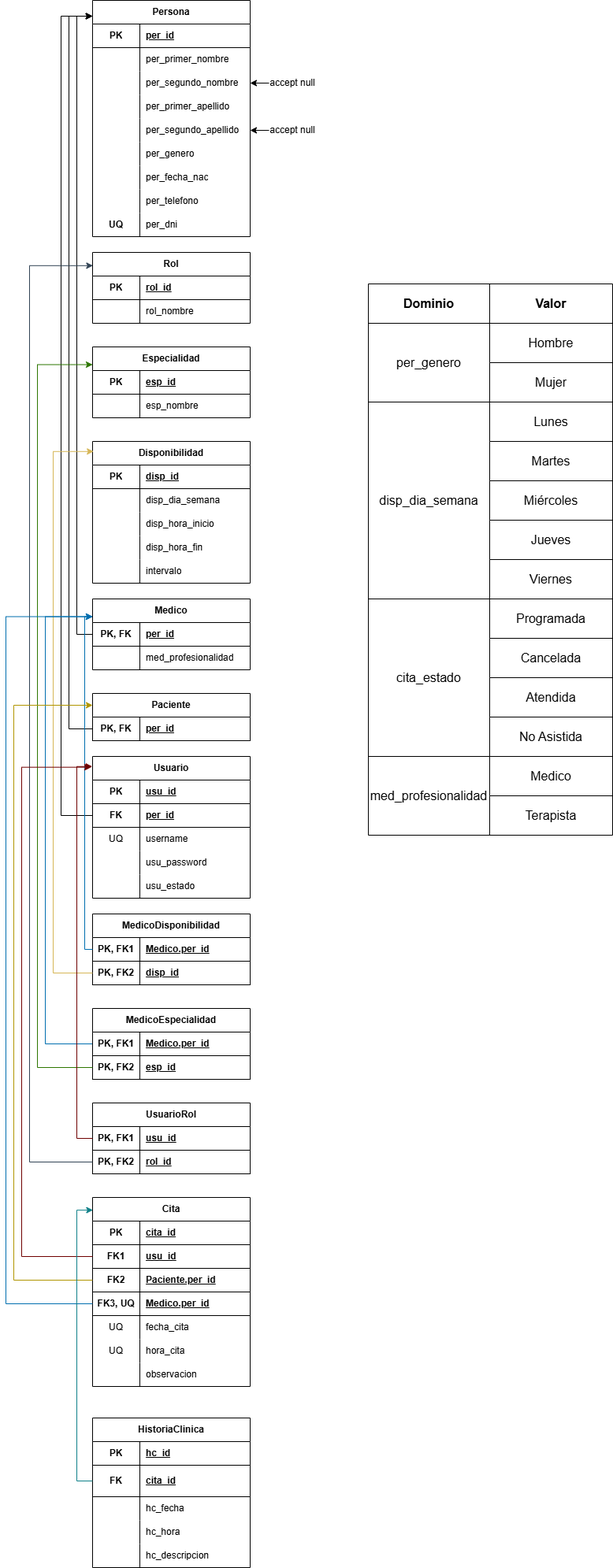
Earlier version of the draw.io export ModeladoBD/ModeloRelacional-Piedrazul.png (rhony-martinez/piedra-azul). Source tidied: cells renumbered, new cells last; positions are measured from the earlier drawing's top-left corner, leaving out a move shared by most shapes.
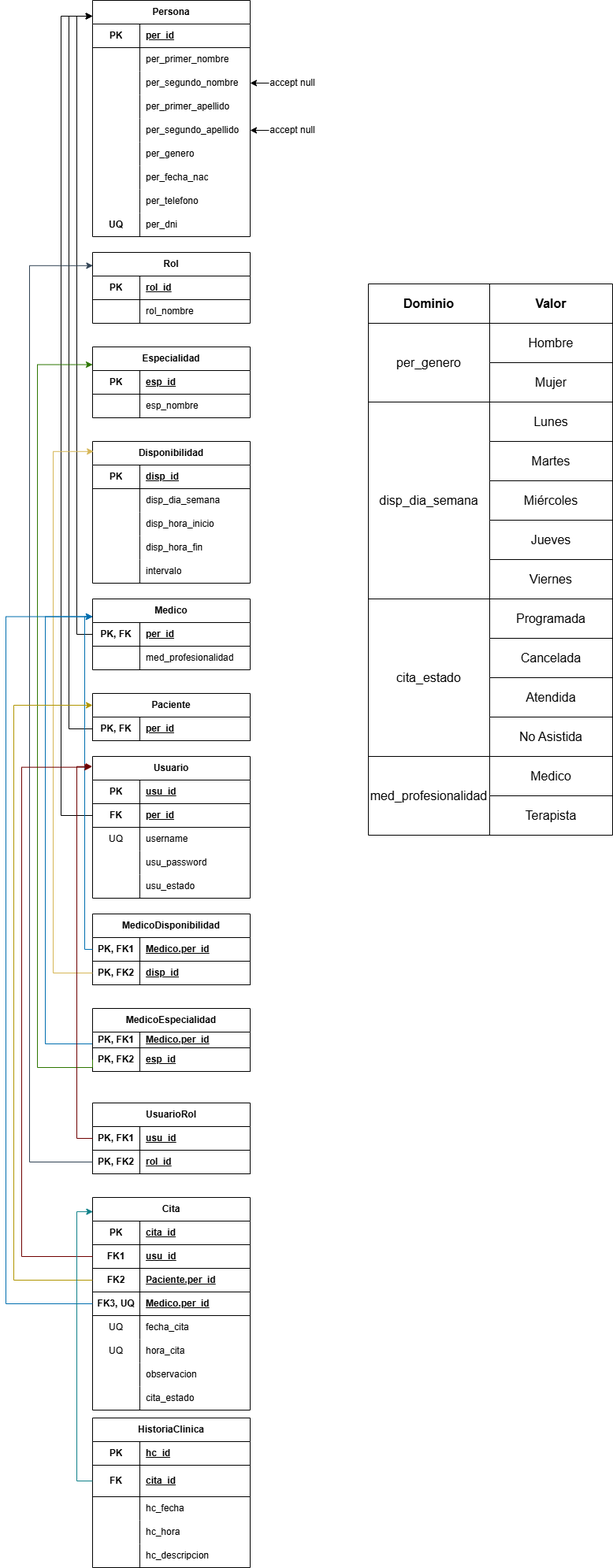
Above is the later version.

Diff of the diagram source:
```diff
@@ -334,19 +334,19 @@
       </mxGeometry>
     </mxCell>
     <mxCell id="101" value="MedicoEspecialidad" style="shape=table;startSize=30;rowLines=0;fontStyle=1;align=center;html=1;whiteSpace=wrap;" parent="1" vertex="1">
-      <mxGeometry x="110" y="1280" width="200" height="90" as="geometry" />
+      <mxGeometry x="110" y="1280" width="200" height="80" as="geometry" />
     </mxCell>
     <mxCell id="102" style="shape=tableRow;horizontal=0;startSize=0;swimlaneHead=0;swimlaneBody=0;fillColor=none;top=0;left=0;right=0;bottom=0;html=1;swimlaneFillColor=none;" parent="101" vertex="1">
-      <mxGeometry y="30" width="200" height="30" as="geometry" />
+      <mxGeometry y="30" width="200" height="20" as="geometry" />
     </mxCell>
     <mxCell id="103" value="PK, FK1" style="shape=partialRectangle;fillColor=none;top=0;left=0;bottom=1;right=0;fontStyle=1;overflow=hidden;html=1;whiteSpace=wrap;" parent="102" vertex="1">
-      <mxGeometry width="60" height="30" as="geometry" />
+      <mxGeometry width="60" height="20" as="geometry" />
     </mxCell>
     <mxCell id="104" value="Medico.per_id" style="shape=partialRectangle;fillColor=none;top=0;left=0;bottom=1;right=0;align=left;spacingLeft=6;fontStyle=5;overflow=hidden;html=1;whiteSpace=wrap;" parent="102" vertex="1">
-      <mxGeometry x="60" width="140" height="30" as="geometry" />
+      <mxGeometry x="60" width="140" height="20" as="geometry" />
     </mxCell>
     <mxCell id="105" style="shape=tableRow;horizontal=0;startSize=0;swimlaneHead=0;swimlaneBody=0;fillColor=none;points=[[0,0.5],[1,0.5]];portConstraint=eastwest;top=0;left=0;right=0;bottom=0;html=1;swimlaneFillColor=none;" parent="101" vertex="1">
-      <mxGeometry y="60" width="200" height="30" as="geometry" />
+      <mxGeometry y="50" width="200" height="30" as="geometry" />
     </mxCell>
     <mxCell id="106" value="PK, FK2" style="shape=partialRectangle;fillColor=none;top=0;left=0;bottom=1;right=0;fontStyle=1;overflow=hidden;html=1;whiteSpace=wrap;" parent="105" vertex="1">
       <mxGeometry width="60" height="30" as="geometry" />
@@ -395,7 +395,7 @@
       </mxGeometry>
     </mxCell>
     <mxCell id="118" value="Cita" style="shape=table;startSize=30;rowLines=0;fontStyle=1;align=center;html=1;whiteSpace=wrap;" parent="1" vertex="1">
-      <mxGeometry x="110" y="1520" width="200" height="240" as="geometry" />
+      <mxGeometry x="110" y="1520" width="200" height="270" as="geometry" />
     </mxCell>
     <mxCell id="119" style="shape=tableRow;horizontal=0;startSize=0;swimlaneHead=0;swimlaneBody=0;fillColor=none;top=0;left=0;right=0;bottom=0;html=1;swimlaneFillColor=none;" parent="118" vertex="1">
       <mxGeometry y="30" width="200" height="30" as="geometry" />
@@ -460,6 +460,15 @@
     <mxCell id="139" value="observacion" style="shape=partialRectangle;fillColor=none;top=0;left=0;bottom=0;right=0;align=left;spacingLeft=6;overflow=hidden;html=1;whiteSpace=wrap;" parent="137" vertex="1">
       <mxGeometry x="60" width="140" height="30" as="geometry" />
     </mxCell>
+    <mxCell id="198" style="shape=tableRow;horizontal=0;startSize=0;swimlaneHead=0;swimlaneBody=0;fillColor=none;top=0;left=0;right=0;bottom=0;html=1;" parent="118" vertex="1">
+      <mxGeometry y="240" width="200" height="30" as="geometry" />
+    </mxCell>
+    <mxCell id="199" style="shape=partialRectangle;fillColor=none;top=0;left=0;bottom=0;right=0;overflow=hidden;html=1;whiteSpace=wrap;" parent="198" vertex="1">
+      <mxGeometry width="60" height="30" as="geometry" />
+    </mxCell>
+    <mxCell id="200" value="cita_estado" style="shape=partialRectangle;fillColor=none;top=0;left=0;bottom=0;right=0;align=left;spacingLeft=6;overflow=hidden;html=1;whiteSpace=wrap;" parent="198" vertex="1">
+      <mxGeometry x="60" width="140" height="30" as="geometry" />
+    </mxCell>
     <mxCell id="140" style="edgeStyle=orthogonalEdgeStyle;rounded=0;jettySize=auto;html=1;exitX=0;exitY=0.5;exitDx=0;exitDy=0;entryX=-0.01;entryY=0.076;entryDx=0;entryDy=0;entryPerimeter=0;fillColor=#a20025;strokeColor=#6F0000;" parent="1" edge="1" source="122" target="73">
       <mxGeometry relative="1" as="geometry">
         <Array as="points">
```
